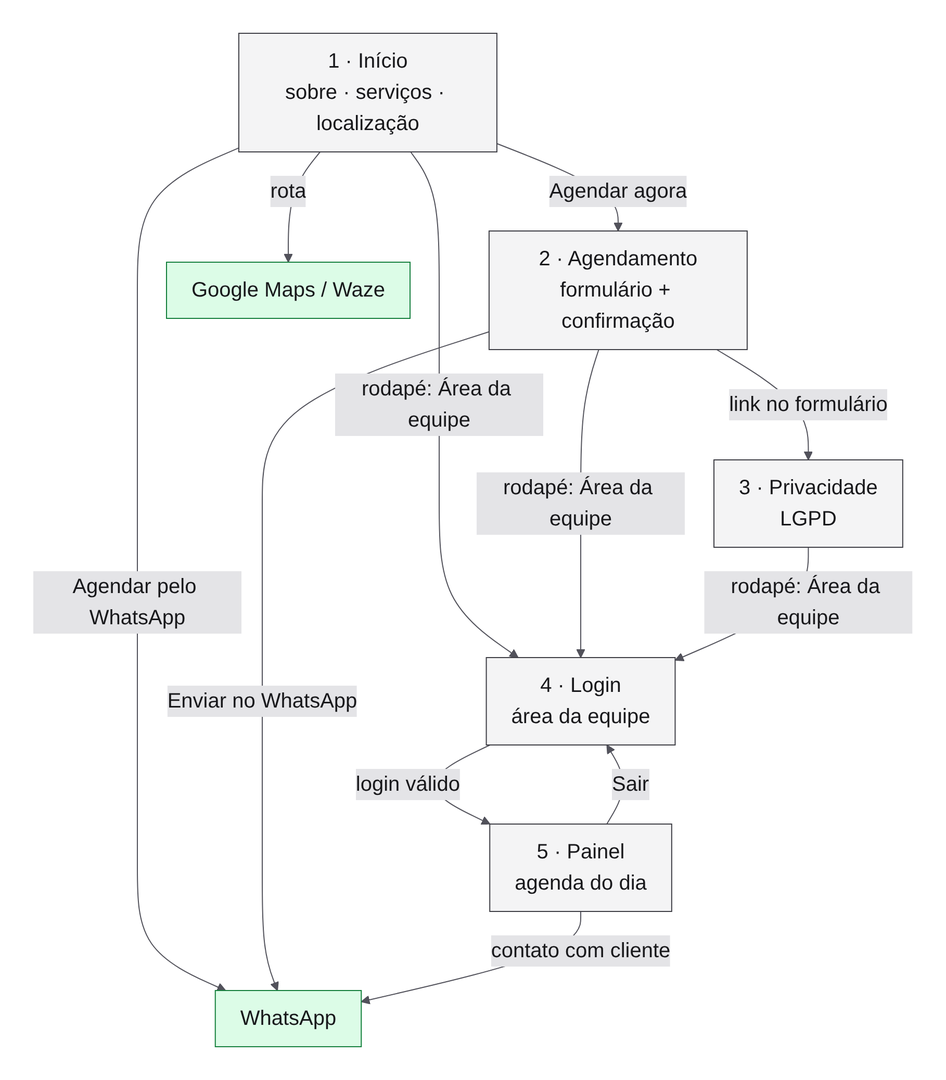
Earlier version of the Mermaid export docs/diagramas/10-navegacao.png (GustavoResendeDev/V2.AtividadeEscolar). Its source is kept beside it as docs/diagramas/fonte/10-navegacao.mmd. Source of this version:
```mermaid
flowchart TB
  I["1 · Início<br/>sobre · serviços · localização"]
  A["2 · Agendamento<br/>formulário + confirmação"]
  P["3 · Privacidade<br/>LGPD"]
  L["4 · Login<br/>área da equipe"]
  K["5 · Painel<br/>agenda do dia"]
  W["WhatsApp"]:::ext
  M["Google Maps / Waze"]:::ext
  I -- "Agendar agora" --> A
  I -- "Agendar pelo WhatsApp" --> W
  I -- "rota" --> M
  A -- "Enviar no WhatsApp" --> W
  A -- "link no formulário" --> P
  I & A & P -- "rodapé: Área da equipe" --> L
  L -- "login válido" --> K
  K -- "Sair" --> L
  K -- "contato com cliente" --> W
  classDef ext fill:#dcfce7,stroke:#15803d
```
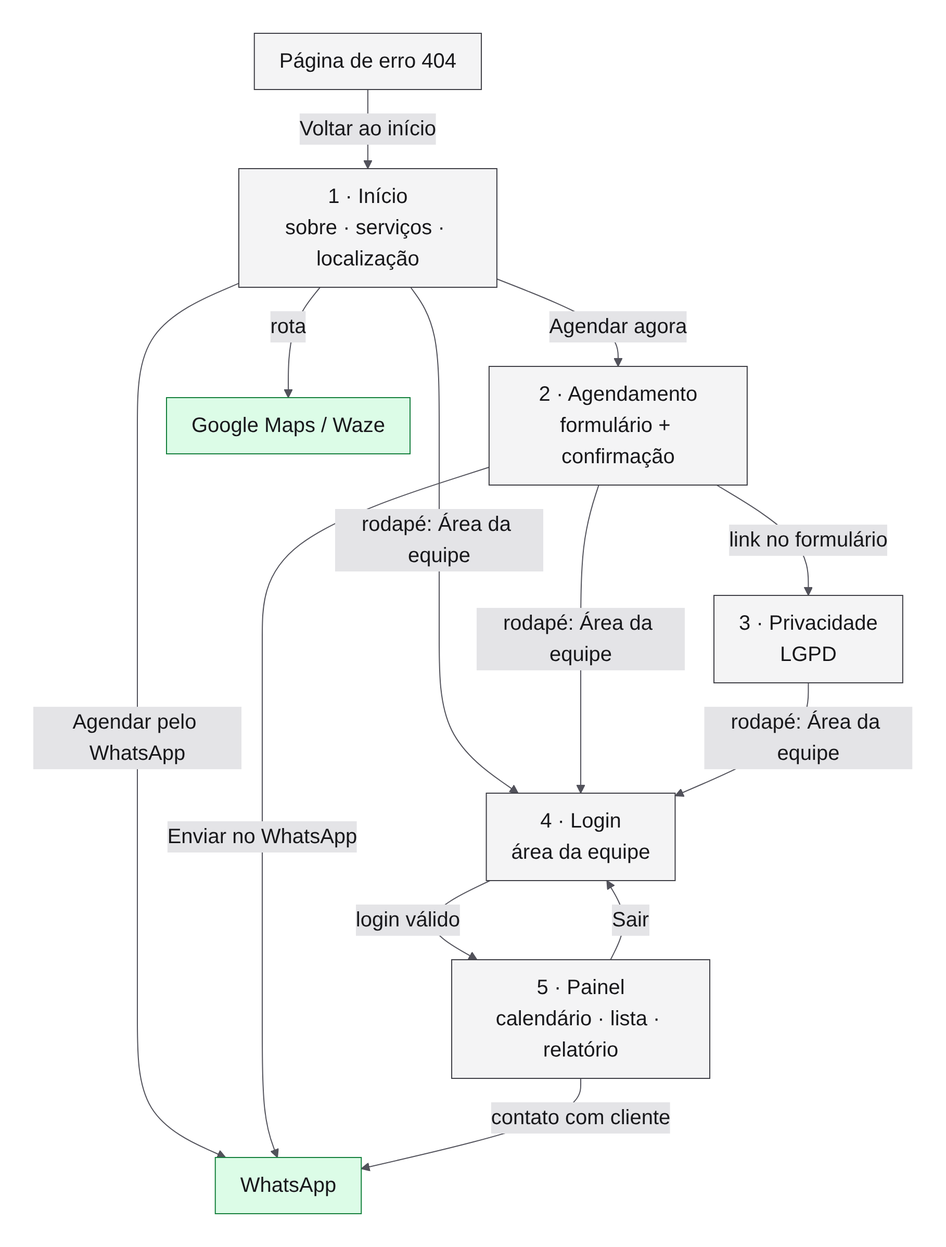
The same diagram one commit later.

Change to the diagram source:
```diff
@@ -3,7 +3,8 @@
   A["2 · Agendamento<br/>formulário + confirmação"]
   P["3 · Privacidade<br/>LGPD"]
   L["4 · Login<br/>área da equipe"]
-  K["5 · Painel<br/>agenda do dia"]
+  K["5 · Painel<br/>calendário · lista · relatório"]
+  E["Página de erro 404"]
   W["WhatsApp"]:::ext
   M["Google Maps / Waze"]:::ext
   I -- "Agendar agora" --> A
@@ -14,5 +15,6 @@
   I & A & P -- "rodapé: Área da equipe" --> L
   L -- "login válido" --> K
   K -- "Sair" --> L
+  E -- "Voltar ao início" --> I
   K -- "contato com cliente" --> W
   classDef ext fill:#dcfce7,stroke:#15803d
```
